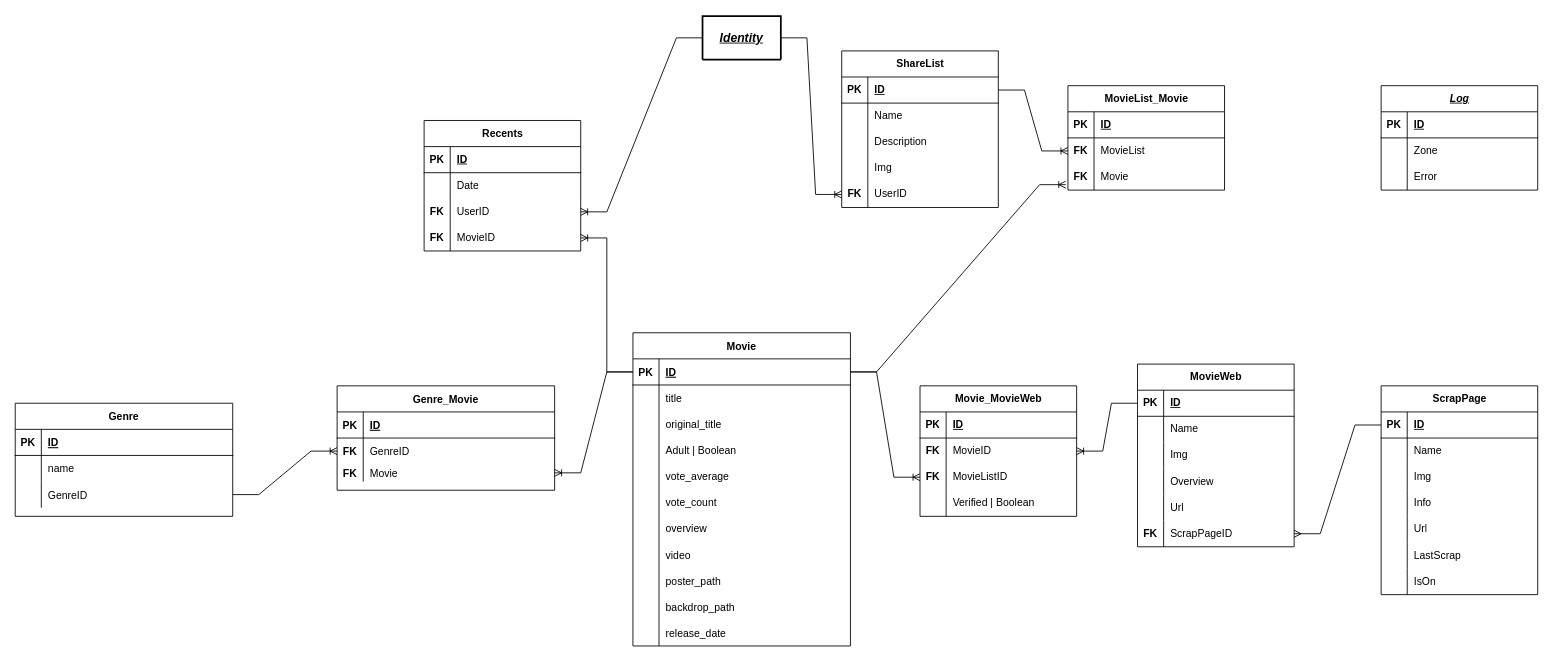
Above: DatabaseDiagram.drawio in AbreuHD/KuhakuAPI (draw.io), before the change. Source tidied: cells renumbered, new cells numbered last; positions are measured from the earlier drawing's top-left corner, leaving out a move shared by most shapes. Both pictures are drawn from the tidied source at 87%, with x=0, y=0 at pixel (15, 16).
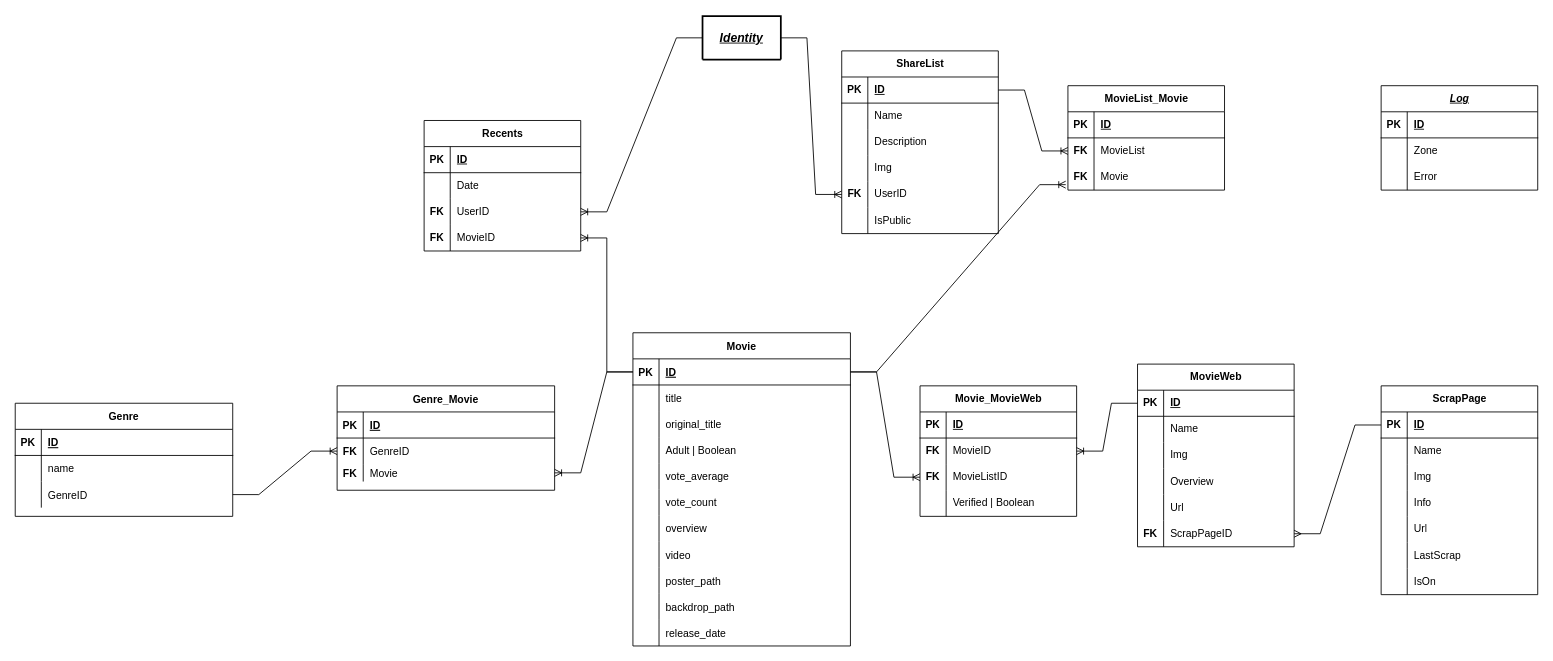
Above is the later version.

The edit, as a diff of the source:
```diff
@@
     <mxCell id="127" value="ShareList" style="shape=table;startSize=30;childLayout=tableLayout;rowLines=0;fontStyle=1;align=center;html=1;" parent="1" vertex="1">
-      <mxGeometry x="950" y="40" width="180" height="180" as="geometry" />
+      <mxGeometry x="950" y="40" width="180" height="210" as="geometry" />
     </mxCell>
@@
+    <mxCell id="171" style="shape=tableRow;horizontal=0;startSize=0;swimlaneHead=0;swimlaneBody=0;fillColor=none;top=0;left=0;right=0;bottom=0;" parent="127" vertex="1">
+      <mxGeometry y="180" width="180" height="30" as="geometry" />
+    </mxCell>
+    <mxCell id="172" style="shape=partialRectangle;fillColor=none;top=0;left=0;bottom=0;right=0;overflow=hidden;whiteSpace=wrap;html=1;" parent="171" vertex="1">
+      <mxGeometry width="30" height="30" as="geometry" />
+    </mxCell>
+    <mxCell id="173" value="IsPublic" style="shape=partialRectangle;fillColor=none;top=0;left=0;bottom=0;right=0;align=left;spacingLeft=6;overflow=hidden;whiteSpace=wrap;html=1;" parent="171" vertex="1">
+      <mxGeometry x="30" width="150" height="30" as="geometry" />
+    </mxCell>
```
